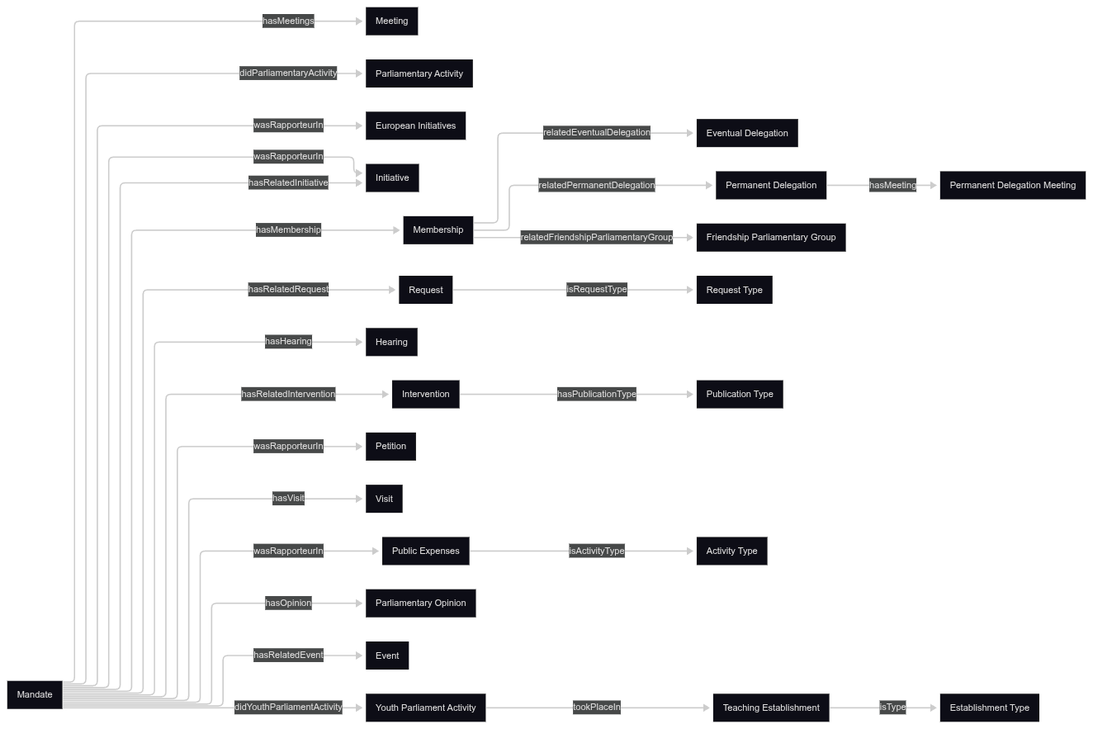
Earlier version of the Mermaid export OpenDataGOV-AP/DataModel/mp-activity/mp-activity.png (politrackpt/ontologies). Its source is kept beside it as OpenDataGOV-AP/DataModel/mp-activity/mp-activity.mermaid. The source it was exported from:
```mermaid
---
config:
  layout: elk
---
flowchart LR
    Mandate["Mandate"] -- hasRelatedInitiative --> Ini["Initiative"]
    Mandate -- hasRelatedRequest --> Req["Request"]
    Req -- isRequestType --> reqtype["Request Type"]
    Mandate -- hasRelatedIntervention --> Interv["Intervention"]
    Interv -- hasPublicationType  --> PubType["Publication Type"]
    Mandate -- didParliamentaryActivity --> PAct["Parliamentary Activity"]
    Mandate -- wasRapporteurIn --> Ini & Pet["Petition"] & PE["Public Expenses"] & EUINI["European Initiatives"]
    PE -- isActivityType --> ActType["Activity Type"]
    Mandate -- hasOpinion --> Opi["Parliamentary Opinion"]
    Mandate -- hasRelatedEvent --> Event["Event"]
    Mandate -- hasVisit --> Visit["Visit"]
    Mandate -- hasMeetings --> Meet["Meeting"]
    Mandate -- hasHearing --> Hear["Hearing"]
    Mandate -- didYouthParliamentActivity --> YPA["Youth Parliament Activity"]
    YPA -- tookPlaceIn --> TeaEs["Teaching Establishment"]
    TeaEs -- isType --> EsType["Establishment Type"]
    Mandate -- hasMembership --> Mem["Membership"]
    Mem -- relatedEventualDelegation --> DelE["Eventual Delegation"]
    Mem -- relatedPermanentDelegation --> DelP["Permanent Delegation"]
    Mem -- relatedFriendshipParliamentaryGroup --> FPG["Friendship Parliamentary Group"]
    DelP -- hasMeeting --> DelPM["Permanent Delegation Meeting"]
```
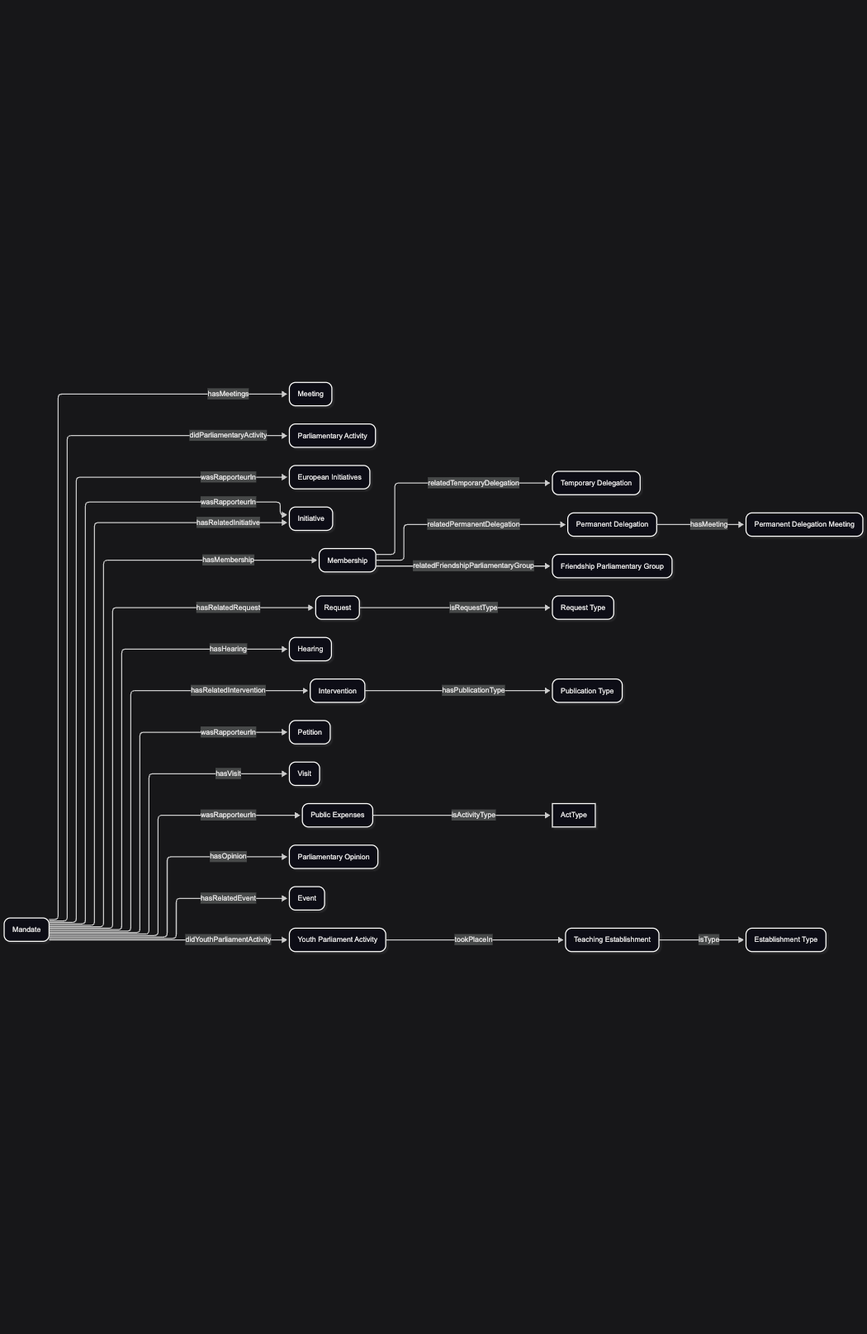
The same file after the commit.

Commit message:
AP: update mp-activity diagram

Diff of the diagram source:
```diff
@@ -3,24 +3,48 @@
   layout: elk
 ---
 flowchart LR
-    Mandate["Mandate"] -- hasRelatedInitiative --> Ini["Initiative"]
-    Mandate -- hasRelatedRequest --> Req["Request"]
-    Req -- isRequestType --> reqtype["Request Type"]
-    Mandate -- hasRelatedIntervention --> Interv["Intervention"]
-    Interv -- hasPublicationType  --> PubType["Publication Type"]
-    Mandate -- didParliamentaryActivity --> PAct["Parliamentary Activity"]
-    Mandate -- wasRapporteurIn --> Ini & Pet["Petition"] & PE["Public Expenses"] & EUINI["European Initiatives"]
-    PE -- isActivityType --> ActType["Activity Type"]
-    Mandate -- hasOpinion --> Opi["Parliamentary Opinion"]
-    Mandate -- hasRelatedEvent --> Event["Event"]
-    Mandate -- hasVisit --> Visit["Visit"]
-    Mandate -- hasMeetings --> Meet["Meeting"]
-    Mandate -- hasHearing --> Hear["Hearing"]
-    Mandate -- didYouthParliamentActivity --> YPA["Youth Parliament Activity"]
-    YPA -- tookPlaceIn --> TeaEs["Teaching Establishment"]
-    TeaEs -- isType --> EsType["Establishment Type"]
-    Mandate -- hasMembership --> Mem["Membership"]
-    Mem -- relatedEventualDelegation --> DelE["Eventual Delegation"]
-    Mem -- relatedPermanentDelegation --> DelP["Permanent Delegation"]
-    Mem -- relatedFriendshipParliamentaryGroup --> FPG["Friendship Parliamentary Group"]
-    DelP -- hasMeeting --> DelPM["Permanent Delegation Meeting"]
+    Mandate("Mandate")
+    Ini("Initiative")
+    Req("Request")
+    reqtype("Request Type")
+    Interv("Intervention")
+    PubType("Publication Type")
+    PAct("Parliamentary Activity")
+    Pet("Petition")
+    PE("Public Expenses")
+    EUINI("European Initiatives")
+    Opi("Parliamentary Opinion")
+    Event("Event")
+    Visit("Visit")
+    Meet("Meeting")
+    Hear("Hearing")
+    YPA("Youth Parliament Activity")
+    TeaEs("Teaching Establishment")
+    EsType("Establishment Type")
+    Mem("Membership")
+    DelE("Temporary Delegation")
+    DelP("Permanent Delegation")
+    FPG("Friendship Parliamentary Group")
+    DelPM("Permanent Delegation Meeting")
+
+    Mandate -- hasRelatedInitiative --> Ini
+    Mandate -- hasRelatedRequest --> Req
+    Req -- isRequestType --> reqtype
+    Mandate -- hasRelatedIntervention --> Interv
+    Interv -- hasPublicationType  --> PubType
+    Mandate -- didParliamentaryActivity --> PAct
+    Mandate -- wasRapporteurIn --> Ini & Pet & PE & EUINI
+    PE -- isActivityType --> ActType
+    Mandate -- hasOpinion --> Opi
+    Mandate -- hasRelatedEvent --> Event
+    Mandate -- hasVisit --> Visit
+    Mandate -- hasMeetings --> Meet
+    Mandate -- hasHearing --> Hear
+    Mandate -- didYouthParliamentActivity --> YPA
+    YPA -- tookPlaceIn --> TeaEs
+    TeaEs -- isType --> EsType
+    Mandate -- hasMembership --> Mem
+    Mem -- relatedTemporaryDelegation --> DelE
+    Mem -- relatedPermanentDelegation --> DelP
+    Mem -- relatedFriendshipParliamentaryGroup --> FPG
+    DelP -- hasMeeting --> DelPM
```
